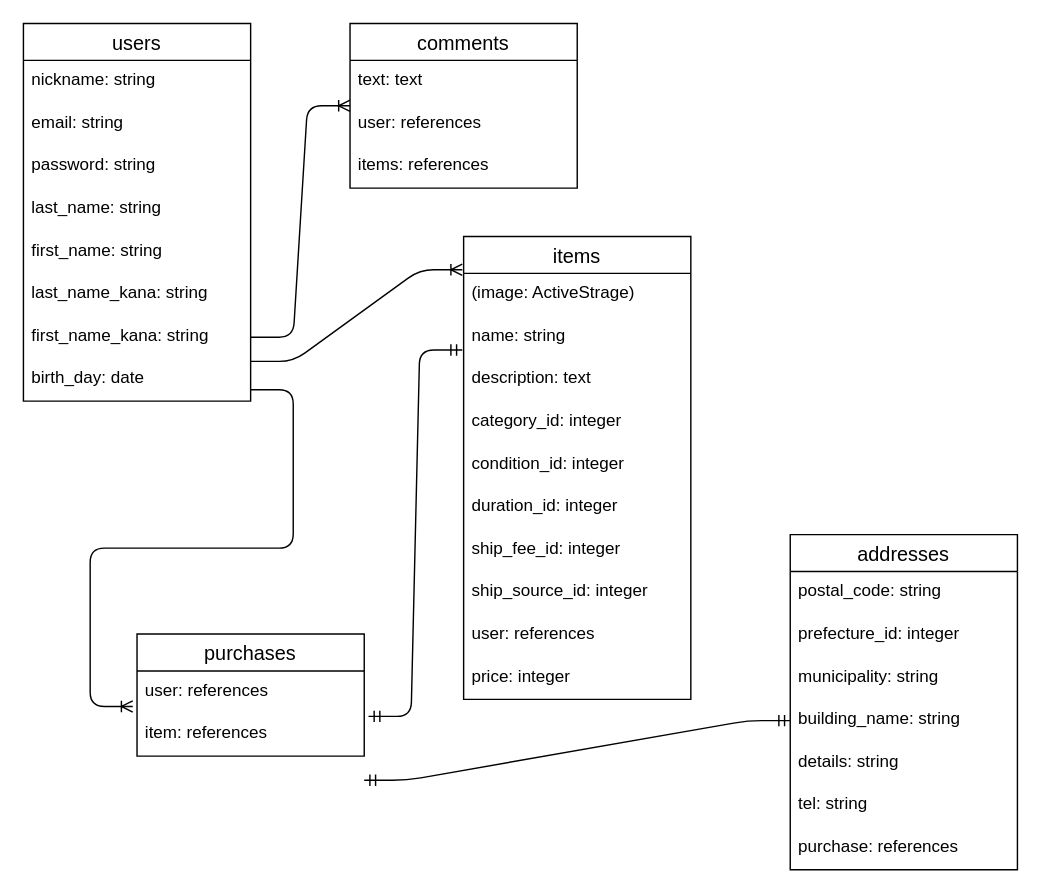
The draw.io diagram ER図.drawio in T-Umino/furima-30506, before the edit. Source tidied: cells renumbered, new cells numbered last; positions are measured from the earlier drawing's top-left corner, leaving out a move shared by most shapes. Both pictures are drawn from the tidied source at 142%, with x=0, y=0 at pixel (23, 23).
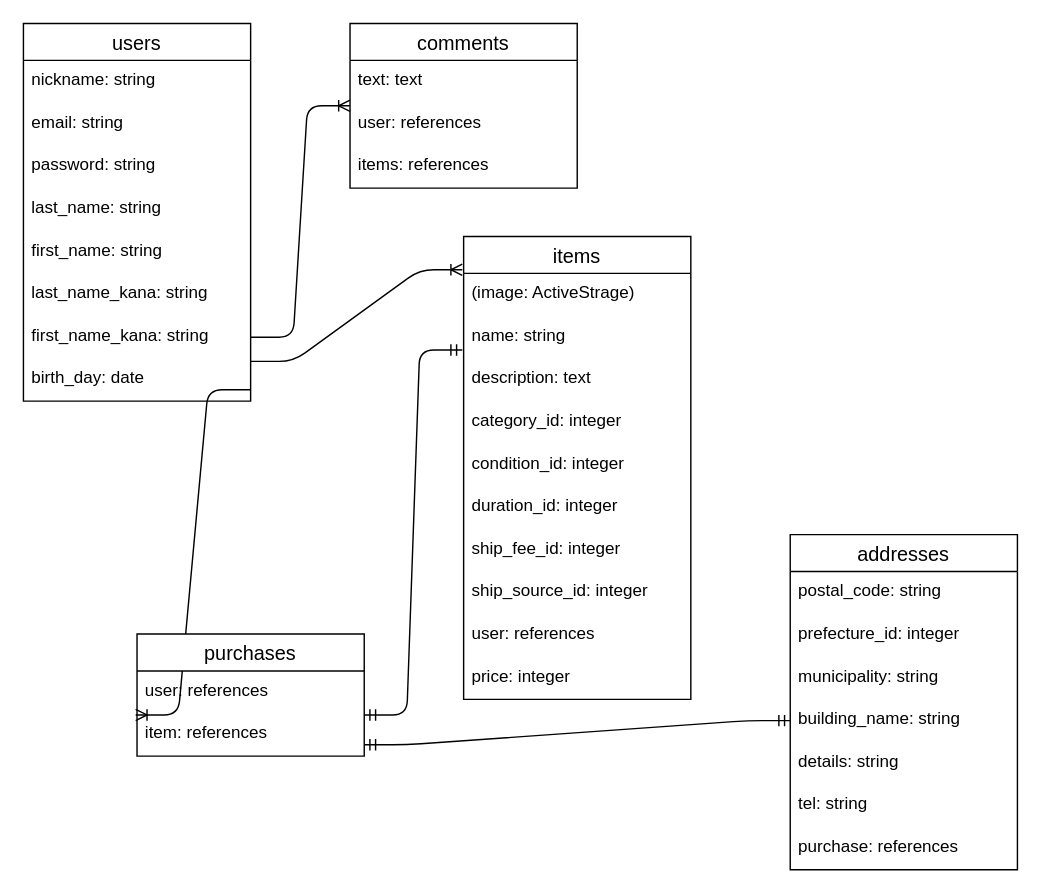
Above is the later version.

The change refers to these unchanged cells:
```xml
<mxCell id="10" value="birth_day: date" style="text;strokeColor=none;fillColor=none;spacingLeft=4;spacingRight=4;overflow=hidden;points=[[0,0.5],[1,0.5]];portConstraint=eastwest;fontSize=12;" parent="2" vertex="1">
  <mxGeometry y="236" width="160" height="30" as="geometry" />
</mxCell>
<mxCell id="19" value="name: string" style="text;strokeColor=none;fillColor=none;spacingLeft=4;spacingRight=4;overflow=hidden;points=[[0,0.5],[1,0.5]];portConstraint=eastwest;fontSize=12;" parent="17" vertex="1">
  <mxGeometry y="56" width="160" height="30" as="geometry" />
</mxCell>
<mxCell id="35" value="building_name: string" style="text;strokeColor=none;fillColor=none;spacingLeft=4;spacingRight=4;overflow=hidden;points=[[0,0.5],[1,0.5]];portConstraint=eastwest;fontSize=12;" parent="31" vertex="1">
  <mxGeometry y="116" width="160" height="30" as="geometry" />
</mxCell>
<mxCell id="41" value="item: references" style="text;strokeColor=none;fillColor=none;spacingLeft=4;spacingRight=4;overflow=hidden;points=[[0,0.5],[1,0.5]];portConstraint=eastwest;fontSize=12;" parent="39" vertex="1">
  <mxGeometry y="56" width="160" height="30" as="geometry" />
</mxCell>
```

The edit, as a diff of the source:
```diff
@@
-    <mxCell id="12" style="edgeStyle=entityRelationEdgeStyle;fontSize=12;html=1;endArrow=ERmandOne;startArrow=ERmandOne;exitX=1.019;exitY=0.733;exitDx=0;exitDy=0;exitPerimeter=0;entryX=-0.006;entryY=0.8;entryDx=0;entryDy=0;entryPerimeter=0;" parent="1" edge="1" target="19">
-      <mxGeometry relative="1" as="geometry">
-        <mxPoint x="243" y="488" as="sourcePoint" />
-      </mxGeometry>
+    <mxCell id="12" style="edgeStyle=entityRelationEdgeStyle;fontSize=12;html=1;endArrow=ERmandOne;startArrow=ERmandOne;exitX=1;exitY=0.033;exitDx=0;exitDy=0;exitPerimeter=0;entryX=-0.006;entryY=0.8;entryDx=0;entryDy=0;entryPerimeter=0;" parent="1" edge="1" source="41" target="19">
+      <mxGeometry relative="1" as="geometry" />
     </mxCell>
@@
     <mxCell id="29" style="edgeStyle=entityRelationEdgeStyle;fontSize=12;html=1;endArrow=ERmandOne;startArrow=ERmandOne;entryX=0;entryY=0.5;entryDx=0;entryDy=0;" parent="1" edge="1" target="35">
       <mxGeometry relative="1" as="geometry">
-        <mxPoint x="240" y="533" as="sourcePoint" />
+        <mxPoint x="240" y="508" as="sourcePoint" />
       </mxGeometry>
     </mxCell>
-    <mxCell id="30" style="edgeStyle=entityRelationEdgeStyle;fontSize=12;html=1;endArrow=ERoneToMany;entryX=-0.019;entryY=0.833;entryDx=0;entryDy=0;entryPerimeter=0;exitX=1;exitY=0.733;exitDx=0;exitDy=0;exitPerimeter=0;" parent="1" edge="1" source="10">
-      <mxGeometry relative="1" as="geometry">
-        <mxPoint x="77" y="481" as="targetPoint" />
-      </mxGeometry>
+    <mxCell id="30" style="edgeStyle=entityRelationEdgeStyle;fontSize=12;html=1;endArrow=ERoneToMany;entryX=-0.006;entryY=0.033;entryDx=0;entryDy=0;entryPerimeter=0;exitX=1;exitY=0.733;exitDx=0;exitDy=0;exitPerimeter=0;" parent="1" edge="1" source="10" target="41">
+      <mxGeometry relative="1" as="geometry" />
     </mxCell>
```
